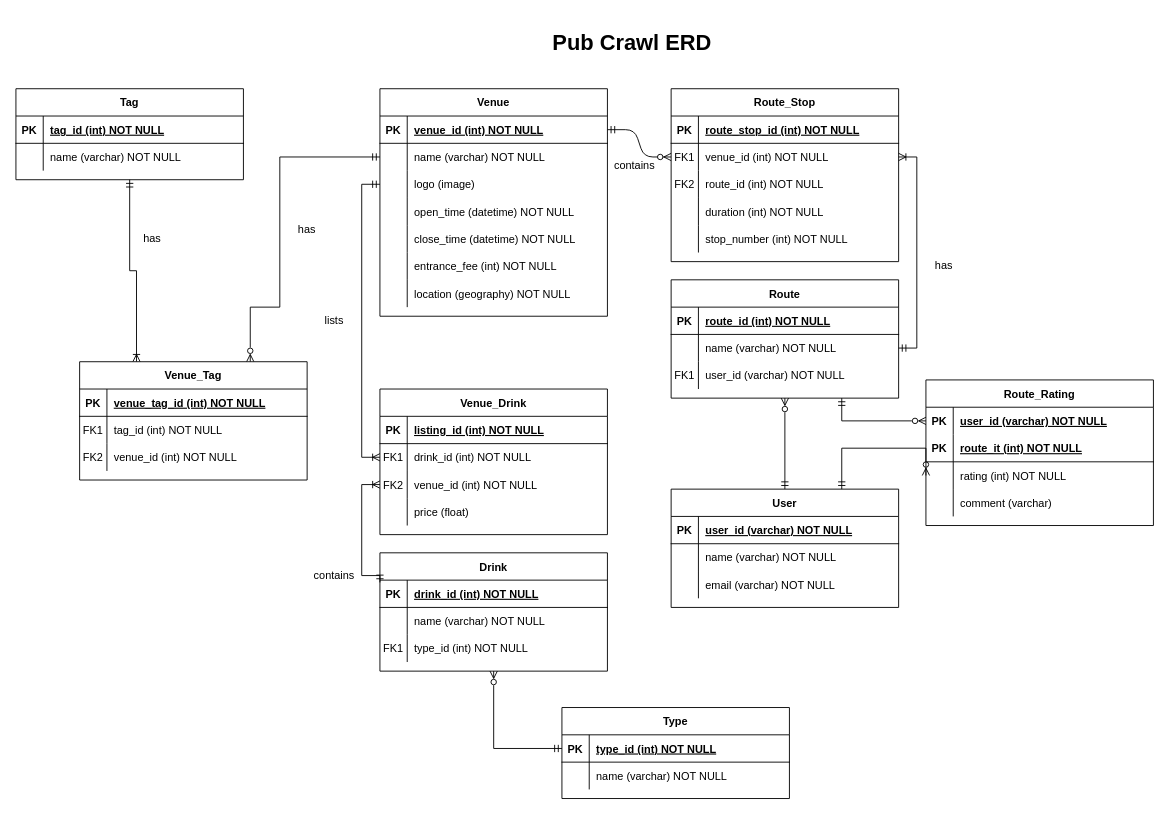
This is ERD/ERD.drawio from JacusHorne/pub-crawl, a draw.io file, before an edit. Source tidied: cells renumbered, new cells numbered last; positions are measured from the earlier drawing's top-left corner, leaving out a move shared by most shapes. Both pictures are drawn from the tidied source at 91%, with x=0, y=0 at pixel (15, 25).
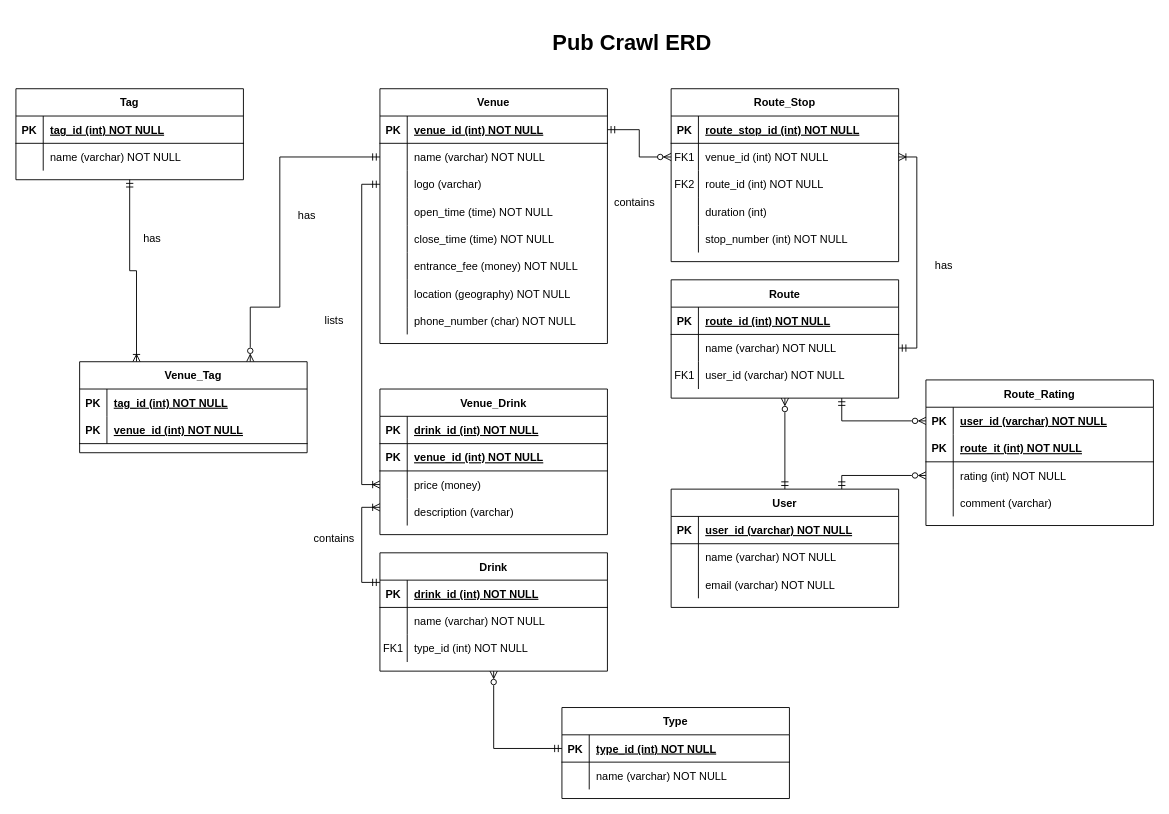
After the change.

Unchanged cells that the change refers to:
```xml
<mxCell id="7" style="shape=partialRectangle;fillColor=none;points=[[0,0.5],[1,0.5]];portConstraint=eastwest;top=0;left=0;right=0;bottom=0;" parent="3" vertex="1">
  <mxGeometry y="60" width="250" height="30" as="geometry" />
</mxCell>
<mxCell id="13" style="shape=partialRectangle;fillColor=none;top=0;left=0;right=0;bottom=0;" parent="3" vertex="1">
  <mxGeometry y="120" width="250" height="30" as="geometry" />
</mxCell>
<mxCell id="31" style="shape=partialRectangle;fillColor=none;points=[[0,0.5],[1,0.5]];portConstraint=eastwest;top=0;left=0;right=0;bottom=1;" parent="30" vertex="1">
  <mxGeometry y="30" width="250" height="30" as="geometry" />
</mxCell>
<mxCell id="37" style="shape=partialRectangle;fillColor=none;points=[[0,0.5],[1,0.5]];portConstraint=eastwest;top=0;left=0;right=0;bottom=0;" parent="30" vertex="1">
  <mxGeometry y="90" width="250" height="30" as="geometry" />
</mxCell>
<mxCell id="40" style="shape=partialRectangle;fillColor=none;top=0;left=0;right=0;bottom=0;" parent="30" vertex="1">
  <mxGeometry y="120" width="250" height="30" as="geometry" />
</mxCell>
<mxCell id="43" style="shape=partialRectangle;fillColor=none;top=0;left=0;right=0;bottom=0;" parent="30" vertex="1">
  <mxGeometry y="150" width="250" height="30" as="geometry" />
</mxCell>
<mxCell id="46" style="shape=partialRectangle;fillColor=none;top=0;left=0;right=0;bottom=0;" parent="30" vertex="1">
  <mxGeometry y="180" width="250" height="30" as="geometry" />
</mxCell>
<mxCell id="52" value="Venue_Drink" style="shape=table;startSize=30;childLayout=tableLayout;rowLines=0;fontStyle=1;align=center;" parent="1" vertex="1">
  <mxGeometry x="400" y="400" width="250" height="160" as="geometry" />
</mxCell>
<mxCell id="53" style="shape=partialRectangle;fillColor=none;top=0;left=0;right=0;bottom=1;" parent="52" vertex="1">
  <mxGeometry y="30" width="250" height="30" as="geometry" />
</mxCell>
<mxCell id="66" value="Drink" style="shape=table;startSize=30;childLayout=tableLayout;rowLines=0;fontStyle=1;align=center;" parent="1" vertex="1">
  <mxGeometry x="400" y="580" width="250" height="130" as="geometry" />
</mxCell>
<mxCell id="79" value="User" style="shape=table;startSize=30;childLayout=tableLayout;rowLines=0;fontStyle=1;align=center;" parent="1" vertex="1">
  <mxGeometry x="720" y="510" width="250" height="130" as="geometry" />
</mxCell>
```

The edit, as a diff of the source:
```diff
@@
-    <mxCell id="2" style="edgeStyle=entityRelationEdgeStyle;endArrow=ERzeroToMany;startArrow=ERmandOne;endFill=1;startFill=0;" parent="1" edge="1" source="31" target="7">
+    <mxCell id="2" style="edgeStyle=orthogonalEdgeStyle;endArrow=ERzeroToMany;startArrow=ERmandOne;endFill=1;startFill=0;rounded=0;" parent="1" edge="1" source="31" target="7">
       <mxGeometry relative="1" as="geometry" />
     </mxCell>
@@
-    <mxCell id="15" value="duration (int) NOT NULL" style="shape=partialRectangle;overflow=hidden;fillColor=none;top=0;left=0;bottom=0;right=0;align=left;spacingLeft=6;" parent="13" vertex="1">
+    <mxCell id="15" value="duration (int) " style="shape=partialRectangle;overflow=hidden;fillColor=none;top=0;left=0;bottom=0;right=0;align=left;spacingLeft=6;" parent="13" vertex="1">
       <mxGeometry x="30" width="220" height="30" as="geometry" />
     </mxCell>
@@
     <mxCell id="30" value="Venue" style="shape=table;startSize=30;childLayout=tableLayout;rowLines=0;fontStyle=1;align=center;" parent="1" vertex="1">
-      <mxGeometry x="400" y="70" width="250" height="250" as="geometry" />
+      <mxGeometry x="400" y="70" width="250" height="280" as="geometry" />
     </mxCell>
@@
-    <mxCell id="39" value="logo (image)" style="shape=partialRectangle;overflow=hidden;fillColor=none;top=0;left=0;bottom=0;right=0;align=left;spacingLeft=6;" parent="37" vertex="1">
+    <mxCell id="39" value="logo (varchar)" style="shape=partialRectangle;overflow=hidden;fillColor=none;top=0;left=0;bottom=0;right=0;align=left;spacingLeft=6;" parent="37" vertex="1">
       <mxGeometry x="30" width="220" height="30" as="geometry" />
     </mxCell>
@@
-    <mxCell id="42" value="open_time (datetime) NOT NULL" style="shape=partialRectangle;overflow=hidden;fillColor=none;top=0;left=0;bottom=0;right=0;align=left;spacingLeft=6;" parent="40" vertex="1">
+    <mxCell id="42" value="open_time (time) NOT NULL" style="shape=partialRectangle;overflow=hidden;fillColor=none;top=0;left=0;bottom=0;right=0;align=left;spacingLeft=6;" parent="40" vertex="1">
       <mxGeometry x="30" width="220" height="30" as="geometry" />
     </mxCell>
@@
-    <mxCell id="45" value="close_time (datetime) NOT NULL" style="shape=partialRectangle;overflow=hidden;fillColor=none;top=0;left=0;bottom=0;right=0;align=left;spacingLeft=6;" parent="43" vertex="1">
+    <mxCell id="45" value="close_time (time) NOT NULL" style="shape=partialRectangle;overflow=hidden;fillColor=none;top=0;left=0;bottom=0;right=0;align=left;spacingLeft=6;" parent="43" vertex="1">
       <mxGeometry x="30" width="220" height="30" as="geometry" />
     </mxCell>
@@
-    <mxCell id="48" value="entrance_fee (int) NOT NULL" style="shape=partialRectangle;overflow=hidden;fillColor=none;top=0;left=0;bottom=0;right=0;align=left;spacingLeft=6;" parent="46" vertex="1">
+    <mxCell id="48" value="entrance_fee (money) NOT NULL" style="shape=partialRectangle;overflow=hidden;fillColor=none;top=0;left=0;bottom=0;right=0;align=left;spacingLeft=6;" parent="46" vertex="1">
       <mxGeometry x="30" width="220" height="30" as="geometry" />
     </mxCell>
@@
+    <mxCell id="137" style="shape=partialRectangle;fillColor=none;top=0;left=0;right=0;bottom=0;" parent="30" vertex="1">
+      <mxGeometry y="240" width="250" height="30" as="geometry" />
+    </mxCell>
+    <mxCell id="138" style="shape=partialRectangle;overflow=hidden;fillColor=none;top=0;left=0;bottom=0;right=0;" parent="137" vertex="1">
+      <mxGeometry width="30" height="30" as="geometry" />
+    </mxCell>
+    <mxCell id="139" value="phone_number (char) NOT NULL" style="shape=partialRectangle;overflow=hidden;fillColor=none;top=0;left=0;bottom=0;right=0;align=left;spacingLeft=6;" parent="137" vertex="1">
+      <mxGeometry x="30" width="220" height="30" as="geometry" />
+    </mxCell>
@@
-    <mxCell id="55" value="listing_id (int) NOT NULL" style="shape=partialRectangle;overflow=hidden;fillColor=none;top=0;left=0;bottom=0;right=0;align=left;spacingLeft=6;fontStyle=5;" parent="53" vertex="1">
+    <mxCell id="55" value="drink_id (int) NOT NULL" style="shape=partialRectangle;overflow=hidden;fillColor=none;top=0;left=0;bottom=0;right=0;align=left;spacingLeft=6;fontStyle=5;" parent="53" vertex="1">
       <mxGeometry x="30" width="220" height="30" as="geometry" />
     </mxCell>
-    <mxCell id="56" style="shape=partialRectangle;fillColor=none;points=[[0,0.5],[1,0.5]];portConstraint=eastwest;top=0;left=0;right=0;bottom=0;" parent="52" vertex="1">
-      <mxGeometry y="60" width="250" height="30" as="geometry" />
-    </mxCell>
-    <mxCell id="57" value="FK1" style="shape=partialRectangle;overflow=hidden;fillColor=none;top=0;left=0;bottom=0;right=0;" parent="56" vertex="1">
-      <mxGeometry width="30" height="30" as="geometry" />
-    </mxCell>
-    <mxCell id="58" value="drink_id (int) NOT NULL" style="shape=partialRectangle;overflow=hidden;fillColor=none;top=0;left=0;bottom=0;right=0;align=left;spacingLeft=6;" parent="56" vertex="1">
-      <mxGeometry x="30" width="220" height="30" as="geometry" />
-    </mxCell>
-    <mxCell id="59" style="shape=partialRectangle;fillColor=none;points=[[0,0.5],[1,0.5]];portConstraint=eastwest;top=0;left=0;right=0;bottom=0;" parent="52" vertex="1">
-      <mxGeometry y="90" width="250" height="30" as="geometry" />
-    </mxCell>
-    <mxCell id="60" value="FK2" style="shape=partialRectangle;overflow=hidden;fillColor=none;top=0;left=0;bottom=0;right=0;" parent="59" vertex="1">
-      <mxGeometry width="30" height="30" as="geometry" />
-    </mxCell>
-    <mxCell id="61" value="venue_id (int) NOT NULL" style="shape=partialRectangle;overflow=hidden;fillColor=none;top=0;left=0;bottom=0;right=0;align=left;spacingLeft=6;" parent="59" vertex="1">
-      <mxGeometry x="30" width="220" height="30" as="geometry" />
-    </mxCell>
+    <mxCell id="140" style="shape=partialRectangle;fillColor=none;top=0;left=0;right=0;bottom=1;" parent="52" vertex="1">
+      <mxGeometry y="60" width="250" height="30" as="geometry" />
+    </mxCell>
+    <mxCell id="141" value="PK" style="shape=partialRectangle;overflow=hidden;fillColor=none;top=0;left=0;bottom=0;right=0;fontStyle=1;" parent="140" vertex="1">
+      <mxGeometry width="30" height="30" as="geometry" />
+    </mxCell>
+    <mxCell id="142" value="venue_id (int) NOT NULL" style="shape=partialRectangle;overflow=hidden;fillColor=none;top=0;left=0;bottom=0;right=0;align=left;spacingLeft=6;fontStyle=5;" parent="140" vertex="1">
+      <mxGeometry x="30" width="220" height="30" as="geometry" />
+    </mxCell>
     <mxCell id="62" style="shape=partialRectangle;fillColor=none;top=0;left=0;right=0;bottom=0;" parent="52" vertex="1">
-      <mxGeometry y="120" width="250" height="30" as="geometry" />
+      <mxGeometry y="90" width="250" height="30" as="geometry" />
     </mxCell>
@@
-    <mxCell id="64" value="price (float)" style="shape=partialRectangle;overflow=hidden;fillColor=none;top=0;left=0;bottom=0;right=0;align=left;spacingLeft=6;" parent="62" vertex="1">
+    <mxCell id="64" value="price (money)" style="shape=partialRectangle;overflow=hidden;fillColor=none;top=0;left=0;bottom=0;right=0;align=left;spacingLeft=6;" parent="62" vertex="1">
       <mxGeometry x="30" width="220" height="30" as="geometry" />
     </mxCell>
+    <mxCell id="143" style="shape=partialRectangle;fillColor=none;top=0;left=0;right=0;bottom=0;" parent="52" vertex="1">
+      <mxGeometry y="120" width="250" height="30" as="geometry" />
+    </mxCell>
+    <mxCell id="144" style="shape=partialRectangle;overflow=hidden;fillColor=none;top=0;left=0;bottom=0;right=0;" parent="143" vertex="1">
+      <mxGeometry width="30" height="30" as="geometry" />
+    </mxCell>
+    <mxCell id="145" value="description (varchar) " style="shape=partialRectangle;overflow=hidden;fillColor=none;top=0;left=0;bottom=0;right=0;align=left;spacingLeft=6;" parent="143" vertex="1">
+      <mxGeometry x="30" width="220" height="30" as="geometry" />
+    </mxCell>
@@
-    <mxCell id="76" style="edgeStyle=orthogonalEdgeStyle;rounded=0;jettySize=auto;html=1;exitX=0;exitY=0.5;exitDx=0;exitDy=0;entryX=0;entryY=0.5;entryDx=0;entryDy=0;endArrow=ERoneToMany;endFill=0;startArrow=ERmandOne;startFill=0;" parent="1" edge="1" source="37" target="56">
-      <mxGeometry relative="1" as="geometry" />
+    <mxCell id="76" style="edgeStyle=orthogonalEdgeStyle;rounded=0;jettySize=auto;html=1;exitX=0;exitY=0.5;exitDx=0;exitDy=0;entryX=0;entryY=0.5;entryDx=0;entryDy=0;endArrow=ERoneToMany;endFill=0;startArrow=ERmandOne;startFill=0;" parent="1" edge="1" source="37">
+      <mxGeometry relative="1" as="geometry">
+        <mxPoint x="400" y="505" as="targetPoint" />
+        <Array as="points">
+          <mxPoint x="380" y="175" />
+          <mxPoint x="380" y="505" />
+        </Array>
+      </mxGeometry>
     </mxCell>
-    <mxCell id="77" style="edgeStyle=orthogonalEdgeStyle;rounded=0;jettySize=auto;html=1;exitX=0;exitY=0.25;exitDx=0;exitDy=0;entryX=0;entryY=0.5;entryDx=0;entryDy=0;startArrow=ERmandOne;startFill=0;endArrow=ERoneToMany;endFill=0;" parent="1" edge="1" source="66" target="59">
+    <mxCell id="77" style="edgeStyle=orthogonalEdgeStyle;rounded=0;jettySize=auto;html=1;exitX=0;exitY=0.25;exitDx=0;exitDy=0;startArrow=ERmandOne;startFill=0;endArrow=ERoneToMany;endFill=0;" parent="1" edge="1" source="66">
       <mxGeometry relative="1" as="geometry">
+        <mxPoint x="400" y="530" as="targetPoint" />
         <Array as="points">
-          <mxPoint x="380" y="605" />
-          <mxPoint x="380" y="505" />
+          <mxPoint x="380" y="613" />
+          <mxPoint x="380" y="530" />
         </Array>
       </mxGeometry>
     </mxCell>
@@
     <mxCell id="90" value="contains" style="text;html=1;strokeColor=none;fillColor=none;align=center;verticalAlign=middle;whiteSpace=wrap;rounded=0;" parent="1" vertex="1">
-      <mxGeometry x="320" y="590" width="60" height="30" as="geometry" />
+      <mxGeometry x="320" y="550" width="60" height="30" as="geometry" />
     </mxCell>
     <mxCell id="91" value="contains" style="text;html=1;strokeColor=none;fillColor=none;align=center;verticalAlign=middle;whiteSpace=wrap;rounded=0;" parent="1" vertex="1">
-      <mxGeometry x="650" y="140" width="60" height="30" as="geometry" />
+      <mxGeometry x="650" y="180" width="60" height="30" as="geometry" />
     </mxCell>
@@
     <mxCell id="103" value="Venue_Tag" style="shape=table;startSize=30;childLayout=tableLayout;rowLines=0;fontStyle=1;align=center;" parent="1" vertex="1">
-      <mxGeometry x="70" y="370" width="250" height="130" as="geometry" />
+      <mxGeometry x="70" y="370" width="250" height="100" as="geometry" />
     </mxCell>
-    <mxCell id="104" style="shape=partialRectangle;fillColor=none;top=0;left=0;right=0;bottom=1;" parent="103" vertex="1">
+    <mxCell id="104" style="shape=partialRectangle;fillColor=none;top=0;left=0;right=0;bottom=1;strokeColor=none;" parent="103" vertex="1">
       <mxGeometry y="30" width="250" height="30" as="geometry" />
     </mxCell>
@@
-    <mxCell id="106" value="venue_tag_id (int) NOT NULL" style="shape=partialRectangle;overflow=hidden;fillColor=none;top=0;left=0;bottom=0;right=0;align=left;spacingLeft=6;fontStyle=5;" parent="104" vertex="1">
+    <mxCell id="106" value="tag_id (int) NOT NULL" style="shape=partialRectangle;overflow=hidden;fillColor=none;top=0;left=0;bottom=0;right=0;align=left;spacingLeft=6;fontStyle=5;strokeColor=default;" parent="104" vertex="1">
       <mxGeometry x="30" width="220" height="30" as="geometry" />
     </mxCell>
-    <mxCell id="107" style="shape=partialRectangle;fillColor=none;top=0;left=0;right=0;bottom=0;" parent="103" vertex="1">
-      <mxGeometry y="60" width="250" height="30" as="geometry" />
-    </mxCell>
-    <mxCell id="108" value="FK1" style="shape=partialRectangle;overflow=hidden;fillColor=none;top=0;left=0;bottom=0;right=0;" parent="107" vertex="1">
-      <mxGeometry width="30" height="30" as="geometry" />
-    </mxCell>
-    <mxCell id="109" value="tag_id (int) NOT NULL" style="shape=partialRectangle;overflow=hidden;fillColor=none;top=0;left=0;bottom=0;right=0;align=left;spacingLeft=6;" parent="107" vertex="1">
-      <mxGeometry x="30" width="220" height="30" as="geometry" />
-    </mxCell>
-    <mxCell id="110" style="shape=partialRectangle;fillColor=none;top=0;left=0;right=0;bottom=0;" parent="103" vertex="1">
-      <mxGeometry y="90" width="250" height="30" as="geometry" />
-    </mxCell>
-    <mxCell id="111" value="FK2" style="shape=partialRectangle;overflow=hidden;fillColor=none;top=0;left=0;bottom=0;right=0;" parent="110" vertex="1">
-      <mxGeometry width="30" height="30" as="geometry" />
-    </mxCell>
-    <mxCell id="112" value="venue_id (int) NOT NULL" style="shape=partialRectangle;overflow=hidden;fillColor=none;top=0;left=0;bottom=0;right=0;align=left;spacingLeft=6;" parent="110" vertex="1">
-      <mxGeometry x="30" width="220" height="30" as="geometry" />
-    </mxCell>
+    <mxCell id="146" style="shape=partialRectangle;fillColor=none;top=0;left=0;right=0;bottom=1;" parent="103" vertex="1">
+      <mxGeometry y="60" width="250" height="30" as="geometry" />
+    </mxCell>
+    <mxCell id="147" value="PK" style="shape=partialRectangle;overflow=hidden;fillColor=none;top=0;left=0;bottom=0;right=0;fontStyle=1;" parent="146" vertex="1">
+      <mxGeometry width="30" height="30" as="geometry" />
+    </mxCell>
+    <mxCell id="148" value="venue_id (int) NOT NULL" style="shape=partialRectangle;overflow=hidden;fillColor=none;top=0;left=0;bottom=0;right=0;align=left;spacingLeft=6;fontStyle=5;" parent="146" vertex="1">
+      <mxGeometry x="30" width="220" height="30" as="geometry" />
+    </mxCell>
     <mxCell id="113" value="has" style="text;html=1;strokeColor=none;fillColor=none;align=center;verticalAlign=middle;whiteSpace=wrap;rounded=0;" parent="1" vertex="1">
-      <mxGeometry x="290" y="210" width="60" height="30" as="geometry" />
+      <mxGeometry x="290" y="195" width="60" height="30" as="geometry" />
     </mxCell>
@@
     <mxCell id="129" style="edgeStyle=orthogonalEdgeStyle;rounded=0;jettySize=auto;html=1;exitX=0;exitY=0.5;exitDx=0;exitDy=0;entryX=0.75;entryY=0;entryDx=0;entryDy=0;startArrow=ERzeroToMany;startFill=0;endArrow=ERmandOne;endFill=0;" parent="1" edge="1" target="79">
       <mxGeometry relative="1" as="geometry">
         <mxPoint x="1000" y="495" as="sourcePoint" />
         <Array as="points">
-          <mxPoint x="908" y="465" />
+          <mxPoint x="908" y="495" />
         </Array>
       </mxGeometry>
     </mxCell>
```
